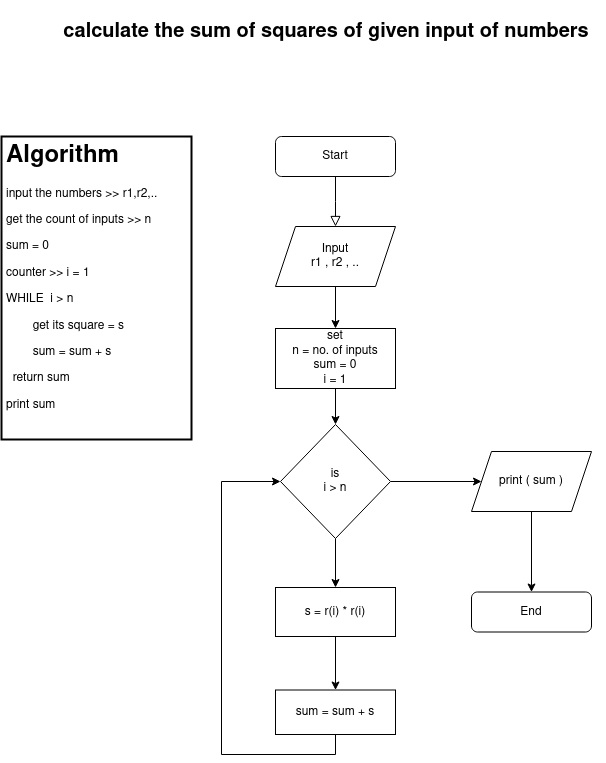
This is ALX SE Onboarding/ sum of squares .drawio.png from 34R4F4/ALX-SE, a draw.io export, as it was before one commit. Source tidied: cells renumbered, new cells last; positions are measured from the earlier drawing's top-left corner, leaving out a move shared by most shapes.
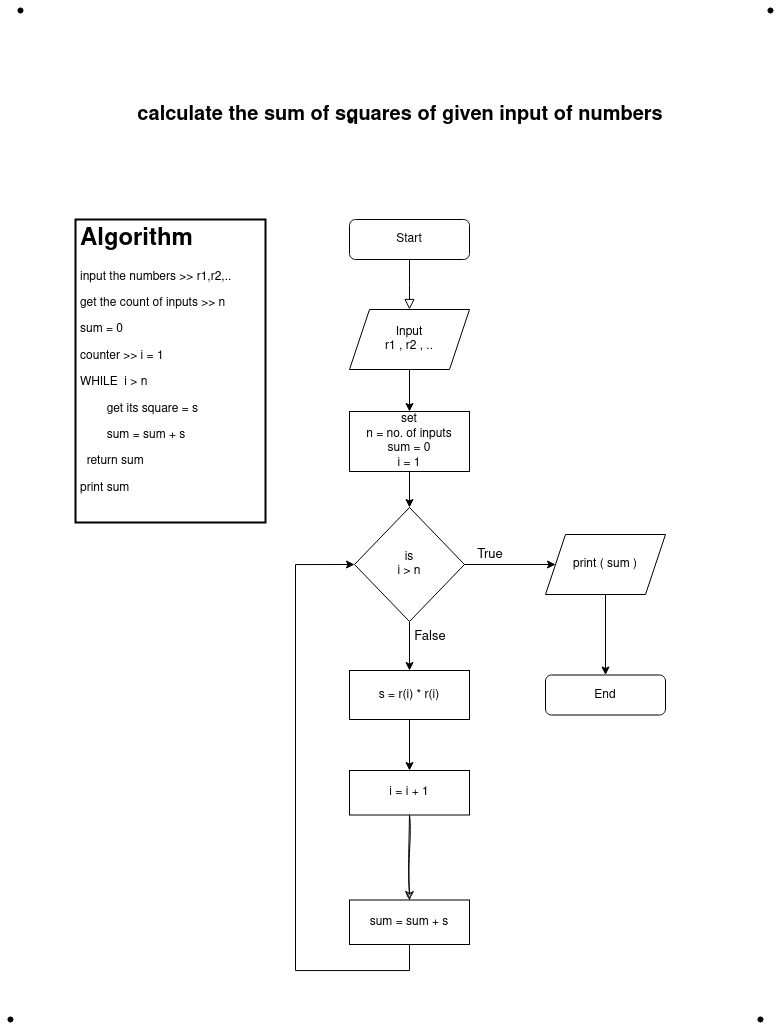
The same diagram one commit later.

The edit, as a diff of the source:
```diff
@@ -40,7 +40,7 @@
     <mxCell id="13" value="&lt;div&gt;is &lt;br&gt;&lt;/div&gt;&lt;div&gt;i &amp;gt; n&lt;br&gt;&lt;/div&gt;" style="rhombus;whiteSpace=wrap;html=1;" parent="1" vertex="1">
       <mxGeometry x="279" y="417" width="110" height="114" as="geometry" />
     </mxCell>
-    <mxCell id="14" style="edgeStyle=orthogonalEdgeStyle;rounded=0;jettySize=auto;html=1;" parent="1" edge="1" source="15" target="17">
+    <mxCell id="14" style="edgeStyle=orthogonalEdgeStyle;rounded=0;jettySize=auto;html=1;entryX=0.5;entryY=0;entryDx=0;entryDy=0;" parent="1" edge="1" source="15" target="21">
       <mxGeometry relative="1" as="geometry" />
     </mxCell>
     <mxCell id="15" value="s = r(i) *&amp;nbsp;r(i) " style="whiteSpace=wrap;html=1;" parent="1" vertex="1">
@@ -49,14 +49,14 @@
     <mxCell id="16" style="edgeStyle=orthogonalEdgeStyle;rounded=0;jettySize=auto;html=1;exitX=0.5;exitY=1;exitDx=0;exitDy=0;entryX=0;entryY=0.5;entryDx=0;entryDy=0;" parent="1" edge="1" source="17" target="13">
       <mxGeometry relative="1" as="geometry">
         <Array as="points">
-          <mxPoint x="334" y="747" />
-          <mxPoint x="220" y="747" />
+          <mxPoint x="334" y="880" />
+          <mxPoint x="220" y="880" />
           <mxPoint x="220" y="474" />
         </Array>
       </mxGeometry>
     </mxCell>
     <mxCell id="17" value="&lt;p&gt;&lt;span style=&quot;&quot;&gt;sum = sum + s&lt;/span&gt;&lt;/p&gt;" style="whiteSpace=wrap;html=1;" parent="1" vertex="1">
-      <mxGeometry x="274" y="682.5" width="120" height="44.5" as="geometry" />
+      <mxGeometry x="274" y="809.5" width="120" height="44.5" as="geometry" />
     </mxCell>
     <mxCell id="18" style="edgeStyle=orthogonalEdgeStyle;rounded=0;jettySize=auto;html=1;exitX=0.5;exitY=1;exitDx=0;exitDy=0;" parent="1" edge="1" source="19" target="4">
       <mxGeometry relative="1" as="geometry" />
@@ -64,5 +64,32 @@
     <mxCell id="19" value="print ( sum )" style="shape=parallelogram;perimeter=parallelogramPerimeter;whiteSpace=wrap;html=1;fixedSize=1;" parent="1" vertex="1">
       <mxGeometry x="470" y="444" width="120" height="60" as="geometry" />
     </mxCell>
+    <mxCell id="20" style="edgeStyle=orthogonalEdgeStyle;rounded=0;sketch=1;hachureGap=4;jiggle=2;curveFitting=1;jettySize=auto;html=1;exitX=0.5;exitY=1;exitDx=0;exitDy=0;entryX=0.5;entryY=0;entryDx=0;entryDy=0;fontFamily=Architects Daughter;fontSource=https%3A%2F%2Ffonts.googleapis.com%2Fcss%3Ffamily%3DArchitects%2BDaughter;fontSize=16;" parent="1" edge="1" source="21" target="17">
+      <mxGeometry relative="1" as="geometry" />
+    </mxCell>
+    <mxCell id="21" value="&lt;p&gt;i = i + 1&lt;br&gt;&lt;/p&gt;" style="whiteSpace=wrap;html=1;" parent="1" vertex="1">
+      <mxGeometry x="274" y="680" width="120" height="44.5" as="geometry" />
+    </mxCell>
+    <mxCell id="22" value="True" style="text;html=1;strokeColor=none;fillColor=none;align=center;verticalAlign=middle;whiteSpace=wrap;rounded=0;fontSize=13;fontFamily=Helvetica;" parent="1" vertex="1">
+      <mxGeometry x="385" y="449" width="60" height="30" as="geometry" />
+    </mxCell>
+    <mxCell id="23" value="False" style="text;html=1;strokeColor=none;fillColor=none;align=center;verticalAlign=middle;whiteSpace=wrap;rounded=0;fontSize=13;fontFamily=Helvetica;" parent="1" vertex="1">
+      <mxGeometry x="325" y="531" width="60" height="30" as="geometry" />
+    </mxCell>
+    <mxCell id="24" style="shape=waypoint;sketch=0;fillStyle=solid;size=6;fillColor=none;perimeter=centerPerimeter;hachureGap=4;jiggle=2;curveFitting=1;fontFamily=Architects Daughter;fontSource=https%3A%2F%2Ffonts.googleapis.com%2Fcss%3Ffamily%3DArchitects%2BDaughter;fontSize=20;" parent="1" vertex="1">
+      <mxGeometry x="265" y="20" width="20" height="20" as="geometry" />
+    </mxCell>
+    <mxCell id="25" style="shape=waypoint;sketch=0;fillStyle=solid;size=6;fillColor=none;perimeter=centerPerimeter;hachureGap=4;jiggle=2;curveFitting=1;fontFamily=Architects Daughter;fontSource=https%3A%2F%2Ffonts.googleapis.com%2Fcss%3Ffamily%3DArchitects%2BDaughter;fontSize=20;" parent="1" vertex="1">
+      <mxGeometry x="-65" y="-90" width="20" height="20" as="geometry" />
+    </mxCell>
+    <mxCell id="26" style="shape=waypoint;sketch=0;fillStyle=solid;size=6;fillColor=none;perimeter=centerPerimeter;hachureGap=4;jiggle=2;curveFitting=1;fontFamily=Architects Daughter;fontSource=https%3A%2F%2Ffonts.googleapis.com%2Fcss%3Ffamily%3DArchitects%2BDaughter;fontSize=20;" parent="1" vertex="1">
+      <mxGeometry x="685" y="-90" width="20" height="20" as="geometry" />
+    </mxCell>
+    <mxCell id="27" style="shape=waypoint;sketch=0;fillStyle=solid;size=6;fillColor=none;perimeter=centerPerimeter;hachureGap=4;jiggle=2;curveFitting=1;fontFamily=Architects Daughter;fontSource=https%3A%2F%2Ffonts.googleapis.com%2Fcss%3Ffamily%3DArchitects%2BDaughter;fontSize=20;" parent="1" vertex="1">
+      <mxGeometry x="-75" y="919" width="20" height="20" as="geometry" />
+    </mxCell>
+    <mxCell id="28" style="shape=waypoint;sketch=0;fillStyle=solid;size=6;fillColor=none;perimeter=centerPerimeter;hachureGap=4;jiggle=2;curveFitting=1;fontFamily=Architects Daughter;fontSource=https%3A%2F%2Ffonts.googleapis.com%2Fcss%3Ffamily%3DArchitects%2BDaughter;fontSize=20;" parent="1" vertex="1">
+      <mxGeometry x="675" y="919" width="20" height="20" as="geometry" />
+    </mxCell>
   </root>
 </mxGraphModel>
```
